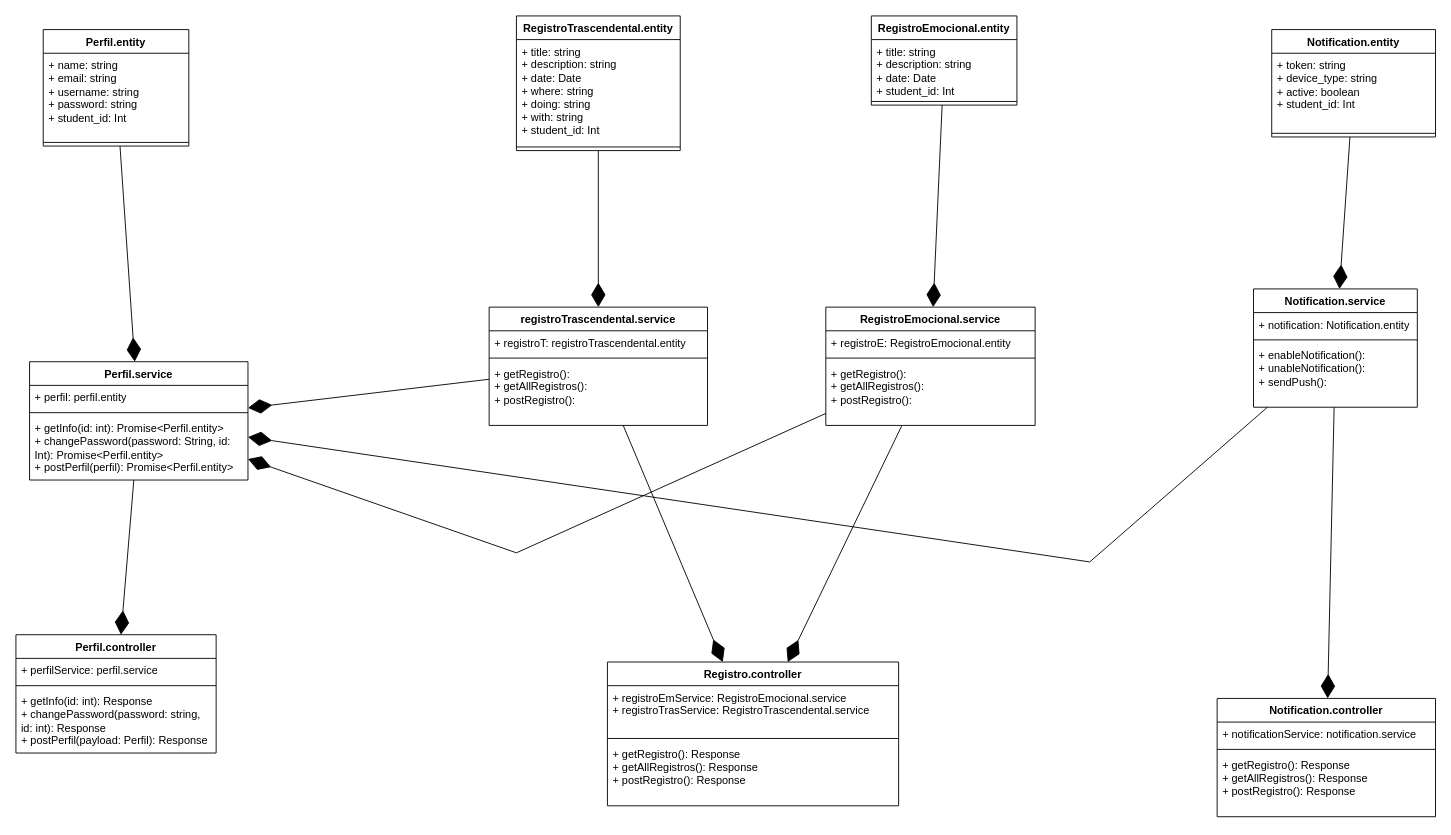
Above: ClassDiagram.drawio in Our-Hive/OurHive-API-v2 (draw.io), before the change. Source tidied: cells renumbered, new cells numbered last; positions are measured from the earlier drawing's top-left corner, leaving out a move shared by most shapes. Both pictures are drawn from the tidied source at 91%, with x=0, y=0 at pixel (15, 15).
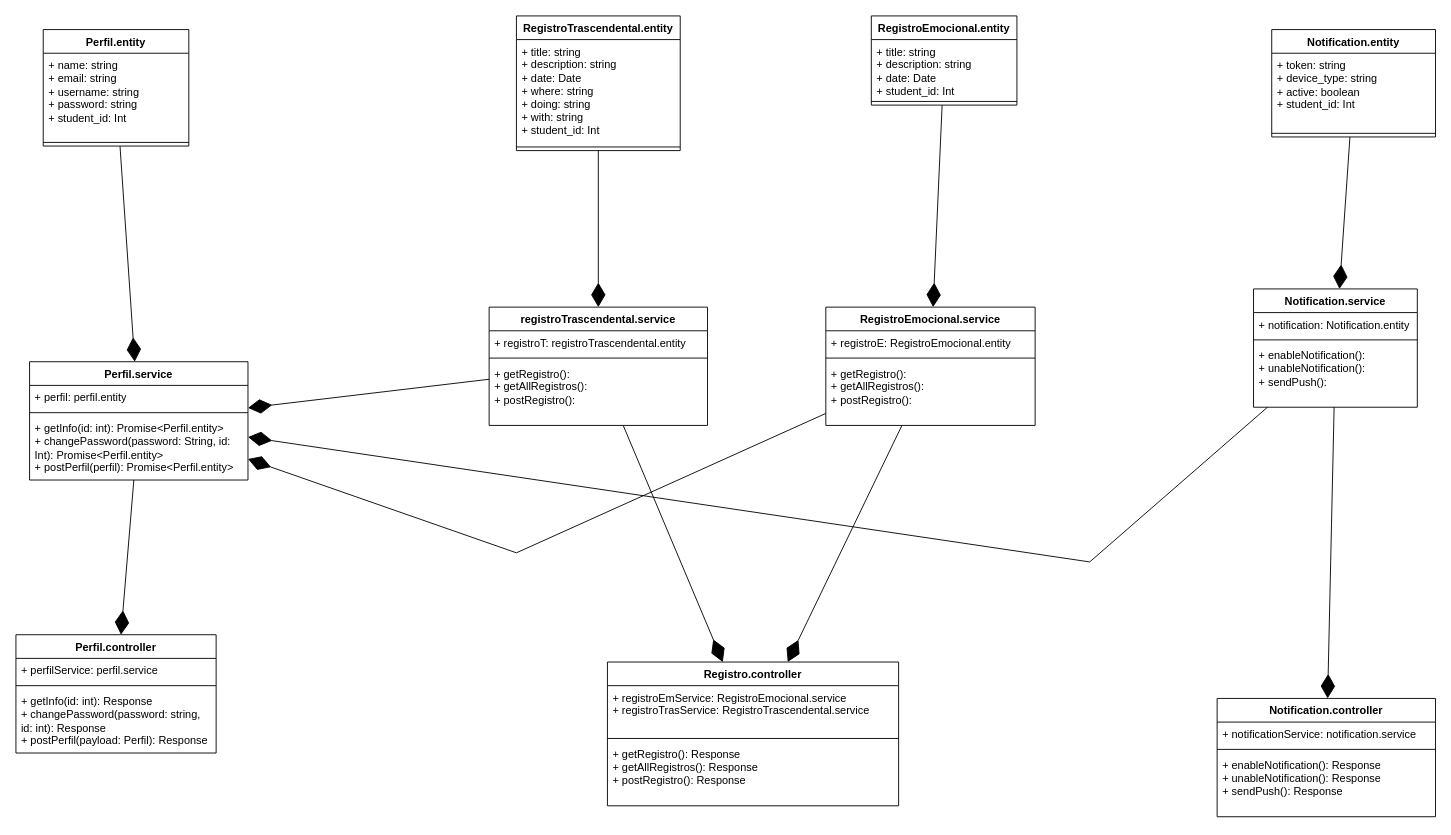
Above is the later version.

The change refers to these unchanged cells:
```xml
<mxCell id="38" value="Notification.controller" style="swimlane;fontStyle=1;align=center;verticalAlign=top;horizontal=1;startSize=26;whiteSpace=wrap;html=1;" parent="1" vertex="1">
  <mxGeometry x="1320" y="750" width="240" height="130" as="geometry" />
</mxCell>
```

Change to the diagram source:
```diff
@@
-    <mxCell id="41" value="+ getRegistro(): Response&lt;br&gt;+ getAllRegistros(): Response&lt;br&gt;+ postRegistro(): Response" style="text;strokeColor=none;fillColor=none;align=left;verticalAlign=top;spacingLeft=4;spacingRight=4;overflow=hidden;whiteSpace=wrap;html=1;" parent="38" vertex="1">
+    <mxCell id="41" value="+ enableNotification(): Response&lt;br style=&quot;border-color: var(--border-color);&quot;&gt;+ unableNotification(): Response&lt;br style=&quot;border-color: var(--border-color);&quot;&gt;+ sendPush(): Response" style="text;strokeColor=none;fillColor=none;align=left;verticalAlign=top;spacingLeft=4;spacingRight=4;overflow=hidden;whiteSpace=wrap;html=1;" parent="38" vertex="1">
       <mxGeometry y="60" width="240" height="70" as="geometry" />
     </mxCell>
```
